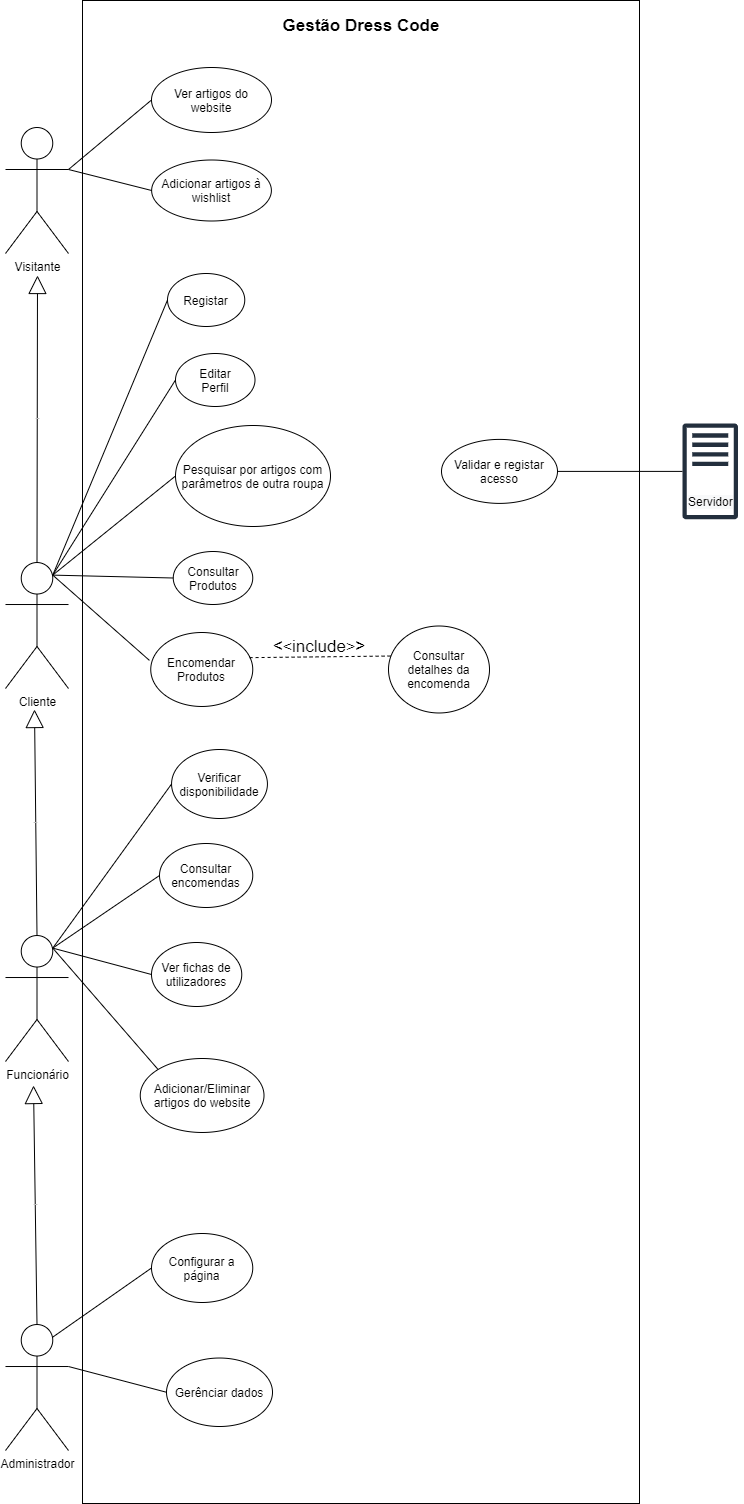
JoshuaJones27/FetchCode keeps this draw.io diagram as diagramas/Casos de Uso.png. Above is the earlier version. Source tidied: cells renumbered, new cells last; positions are measured from the earlier drawing's top-left corner, leaving out a move shared by most shapes.
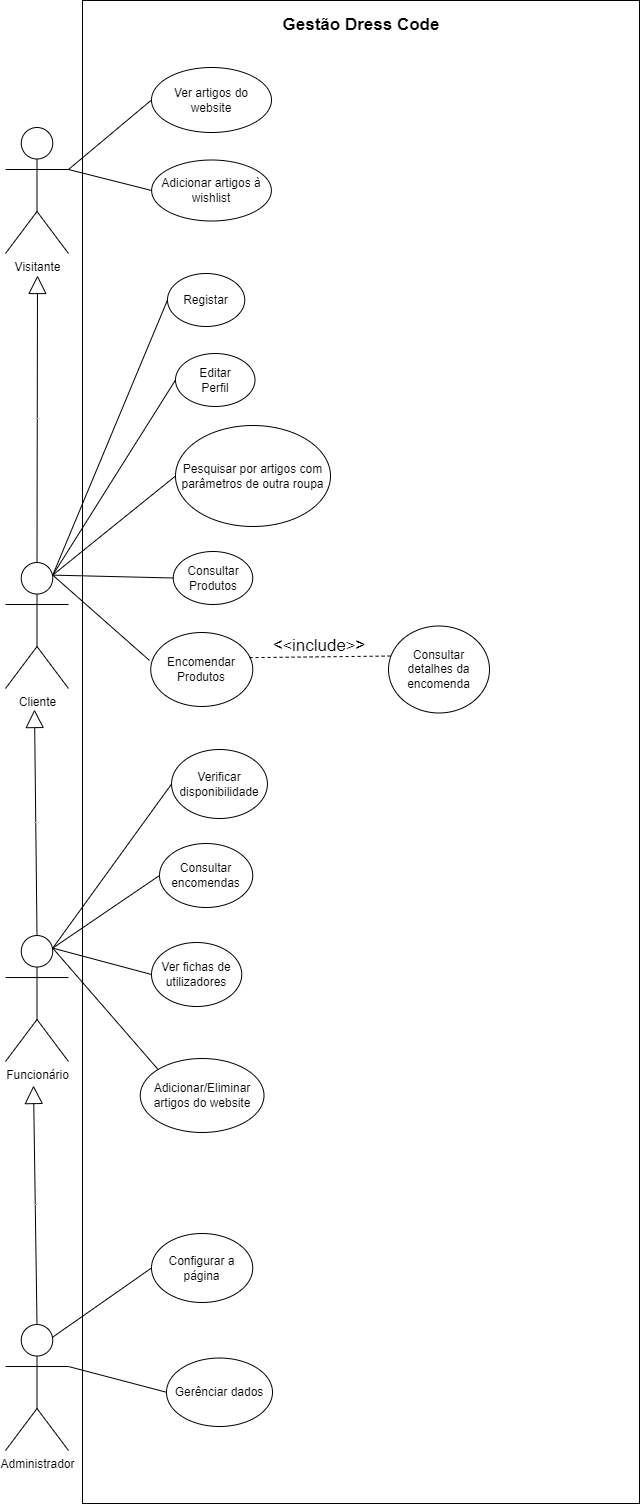
The same diagram one commit later.

Change to the diagram source:
```diff
@@ -47,12 +47,6 @@
     <mxCell id="16" style="endArrow=none;html=1;rounded=0;fontSize=16;entryX=0;entryY=0.5;entryDx=0;entryDy=0;exitX=0.75;exitY=0.1;exitDx=0;exitDy=0;exitPerimeter=0;" parent="1" edge="1" source="4" target="11">
       <mxGeometry relative="1" as="geometry" />
     </mxCell>
-    <mxCell id="17" value="&lt;span style=&quot;color: rgb(0 , 0 , 0) ; font-family: &amp;#34;helvetica&amp;#34; ; font-size: 12px ; font-style: normal ; font-weight: 400 ; letter-spacing: normal ; text-align: center ; text-indent: 0px ; text-transform: none ; word-spacing: 0px ; background-color: rgb(248 , 249 , 250) ; display: inline ; float: none&quot;&gt;Servidor&lt;/span&gt;" style="text;whiteSpace=wrap;html=1;fontSize=16;" parent="1" vertex="1">
-      <mxGeometry x="680.5" y="484" width="57" height="35" as="geometry" />
-    </mxCell>
-    <mxCell id="18" style="sketch=0;outlineConnect=0;fontColor=#232F3E;gradientColor=none;fillColor=#232F3D;strokeColor=none;dashed=0;verticalLabelPosition=bottom;verticalAlign=top;align=center;html=1;fontSize=12;fontStyle=0;shape=mxgraph.aws4.traditional_server;" parent="1" vertex="1">
-      <mxGeometry x="677" y="422.8" width="55.5" height="96.2" as="geometry" />
-    </mxCell>
     <mxCell id="19" value="Configurar a página" style="ellipse;whiteSpace=wrap;html=1;" parent="1" vertex="1">
       <mxGeometry x="146" y="1233" width="101.2" height="69" as="geometry" />
     </mxCell>
@@ -89,12 +83,6 @@
     <mxCell id="30" style="endArrow=none;html=1;entryX=0;entryY=0;entryDx=0;entryDy=0;exitX=0.75;exitY=0.1;exitDx=0;exitDy=0;exitPerimeter=0;" parent="1" edge="1" source="3" target="29">
       <mxGeometry relative="1" as="geometry" />
     </mxCell>
-    <mxCell id="31" value="Validar e registar acesso" style="ellipse;whiteSpace=wrap;html=1;" parent="1" vertex="1">
-      <mxGeometry x="436" y="438.9" width="116" height="64" as="geometry" />
-    </mxCell>
-    <mxCell id="32" style="endArrow=none;html=1;exitX=1;exitY=0.5;exitDx=0;exitDy=0;" parent="1" edge="1" source="31" target="18">
-      <mxGeometry relative="1" as="geometry" />
-    </mxCell>
     <mxCell id="33" value="Extends" style="endArrow=block;endSize=16;endFill=0;html=1;rounded=0;fontSize=1;exitX=0.5;exitY=0;exitDx=0;exitDy=0;exitPerimeter=0;" parent="1" edge="1" source="3">
       <mxGeometry relative="1" as="geometry">
         <mxPoint x="29" y="709" as="targetPoint" />
```
